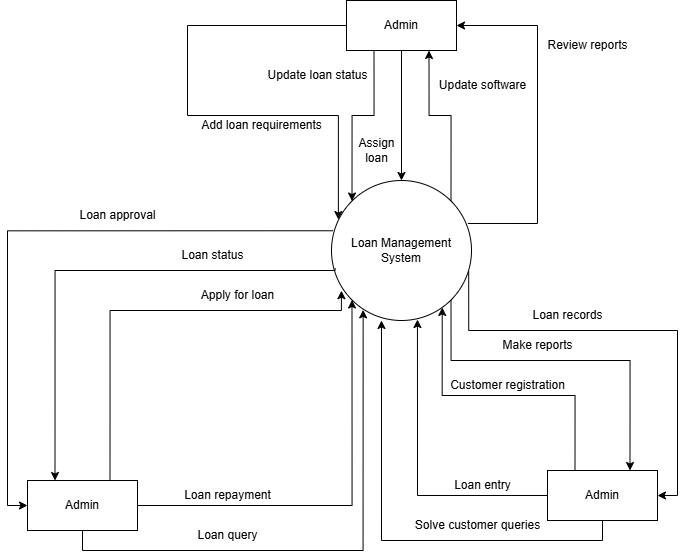
Above: Data Flow Diagrams/Data Flow Diagram Level 0.png in KalpViradia/Semster-4 (draw.io), before the change. Source tidied: cells renumbered, new cells last; positions are measured from the earlier drawing's top-left corner, leaving out a move shared by most shapes.
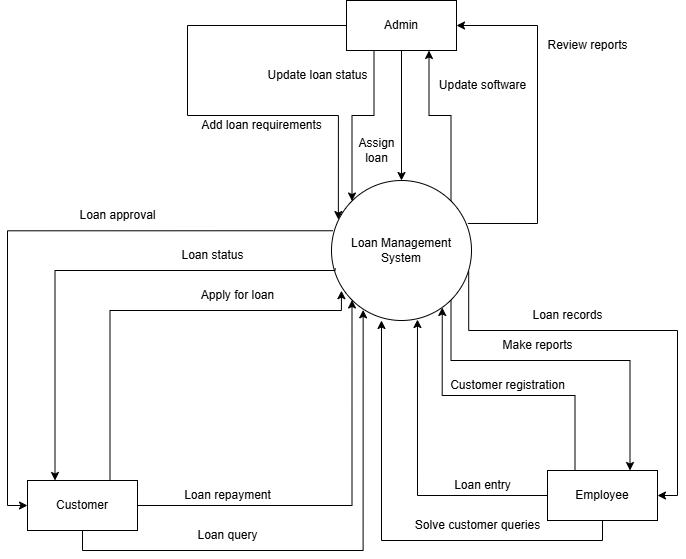
The same file after the commit.

Diff of the diagram source:
```diff
@@ -17,7 +17,7 @@
         </Array>
       </mxGeometry>
     </mxCell>
-    <mxCell id="4" value="Admin" style="html=1;whiteSpace=wrap;" parent="1" vertex="1">
+    <mxCell id="4" value="Customer" style="html=1;whiteSpace=wrap;" parent="1" vertex="1">
       <mxGeometry x="20" y="480" width="110" height="50" as="geometry" />
     </mxCell>
     <mxCell id="5" style="edgeStyle=orthogonalEdgeStyle;rounded=0;jettySize=auto;html=1;exitX=0.25;exitY=0;exitDx=0;exitDy=0;entryX=0.791;entryY=0.907;entryDx=0;entryDy=0;entryPerimeter=0;" parent="1" edge="1" source="7" target="14">
@@ -30,7 +30,7 @@
         </Array>
       </mxGeometry>
     </mxCell>
-    <mxCell id="7" value="Admin" style="html=1;whiteSpace=wrap;" parent="1" vertex="1">
+    <mxCell id="7" value="Employee" style="html=1;whiteSpace=wrap;" parent="1" vertex="1">
       <mxGeometry x="540" y="470" width="110" height="50" as="geometry" />
     </mxCell>
     <mxCell id="8" style="edgeStyle=orthogonalEdgeStyle;rounded=0;jettySize=auto;html=1;exitX=0.5;exitY=1;exitDx=0;exitDy=0;entryX=0.5;entryY=0;entryDx=0;entryDy=0;" parent="1" edge="1" source="11" target="14">
```
